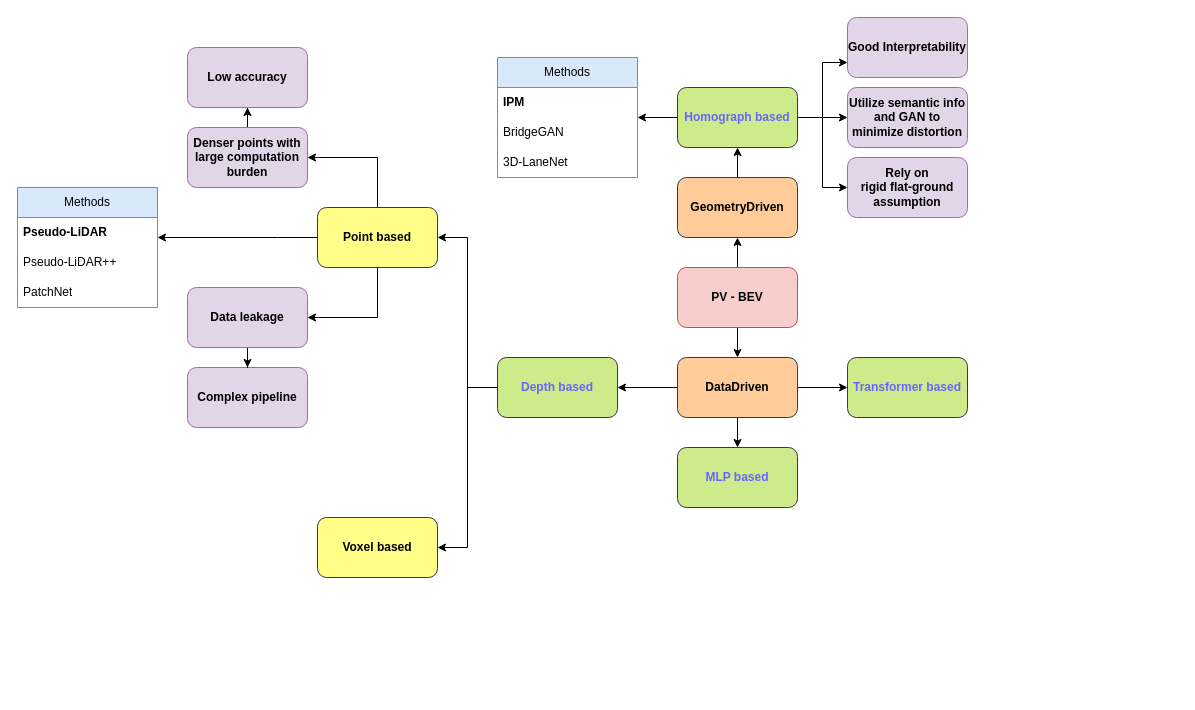
This is 20240929/BEV Survey.drawio from Gorgeousful/WeeklySummary, a draw.io file, before an edit. Source tidied: cells renumbered, new cells numbered last; positions are measured from the earlier drawing's top-left corner, leaving out a move shared by most shapes. Both pictures are drawn from the tidied source at 100%, with x=0, y=0 at pixel (17, 17).
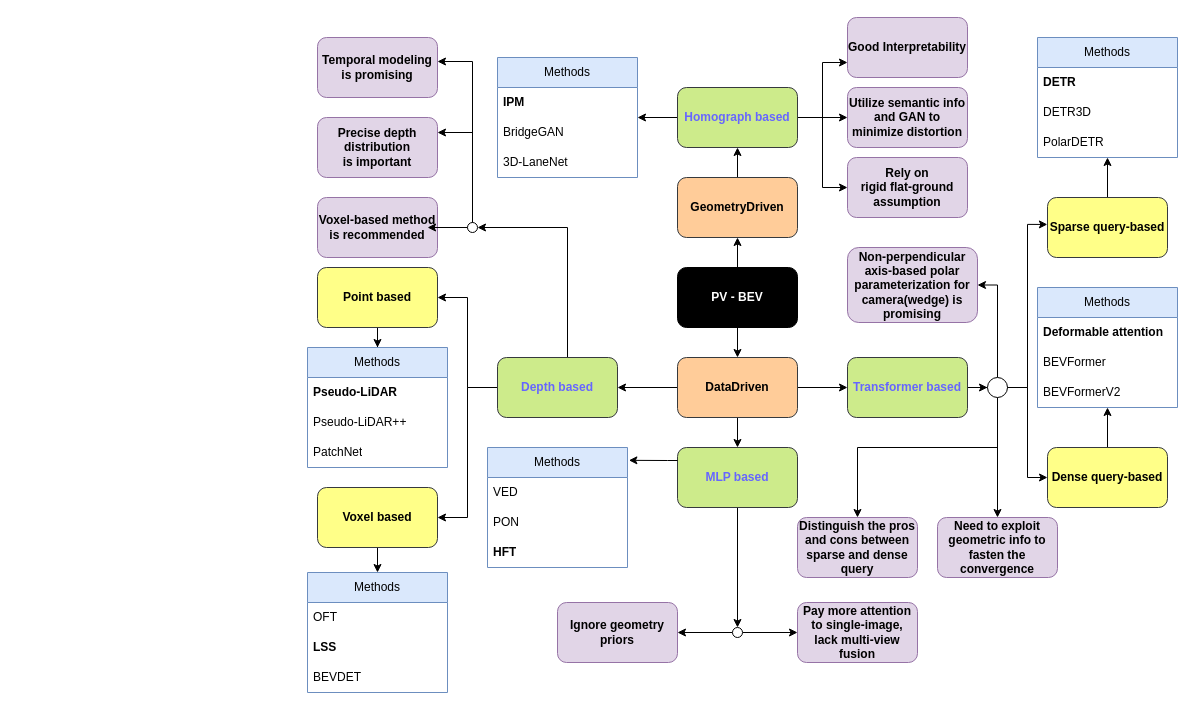
The same page after the edit.

Commit message (it also covers changes not shown here):
Add PV2BEV survey in 20240929

The change refers to these unchanged cells:
```xml
<mxCell id="18" value="&lt;b&gt;&lt;font color=&quot;#6666ff&quot;&gt;Depth based&lt;/font&gt;&lt;/b&gt;" style="rounded=1;whiteSpace=wrap;html=1;labelBackgroundColor=none;fillColor=#cdeb8b;strokeColor=#36393d;" parent="1" vertex="1">
  <mxGeometry x="480" y="340" width="120" height="60" as="geometry" />
</mxCell>
<mxCell id="19" value="&lt;b&gt;&lt;font color=&quot;#6666ff&quot;&gt;MLP based&lt;/font&gt;&lt;/b&gt;" style="rounded=1;whiteSpace=wrap;html=1;labelBackgroundColor=none;fillColor=#cdeb8b;strokeColor=#36393d;" parent="1" vertex="1">
  <mxGeometry x="660" y="430" width="120" height="60" as="geometry" />
</mxCell>
<mxCell id="20" value="&lt;b&gt;&lt;font color=&quot;#6666ff&quot;&gt;Transformer based&lt;/font&gt;&lt;/b&gt;" style="rounded=1;whiteSpace=wrap;html=1;labelBackgroundColor=none;fillColor=#cdeb8b;strokeColor=#36393d;" parent="1" vertex="1">
  <mxGeometry x="830" y="340" width="120" height="60" as="geometry" />
</mxCell>
<mxCell id="34" value="Pseudo-LiDAR" style="text;strokeColor=none;fillColor=none;align=left;verticalAlign=middle;spacingLeft=4;spacingRight=4;overflow=hidden;points=[[0,0.5],[1,0.5]];portConstraint=eastwest;whiteSpace=wrap;html=1;fontStyle=1;" parent="33" vertex="1">
  <mxGeometry y="30" width="140" height="30" as="geometry" />
</mxCell>
```

Change to the diagram source:
```diff
@@
-    <mxCell id="4" value="&lt;b&gt;PV - BEV&lt;/b&gt;" style="rounded=1;whiteSpace=wrap;html=1;labelBackgroundColor=none;fillColor=#f8cecc;strokeColor=#b85450;" parent="1" vertex="1">
+    <mxCell id="4" value="&lt;b&gt;PV - BEV&lt;/b&gt;" style="rounded=1;whiteSpace=wrap;html=1;labelBackgroundColor=none;fillColor=#000000;fontColor=#FFFFFF;" parent="1" vertex="1">
       <mxGeometry x="660" y="250" width="120" height="60" as="geometry" />
     </mxCell>
@@
+    <mxCell id="43" style="edgeStyle=orthogonalEdgeStyle;rounded=0;jettySize=auto;html=1;entryX=1;entryY=0.5;entryDx=0;entryDy=0;" parent="1" edge="1" source="18" target="56">
+      <mxGeometry relative="1" as="geometry">
+        <Array as="points">
+          <mxPoint x="550" y="210" />
+        </Array>
+      </mxGeometry>
+    </mxCell>
@@
+    <mxCell id="44" style="edgeStyle=orthogonalEdgeStyle;rounded=0;jettySize=auto;html=1;entryX=0.5;entryY=0;entryDx=0;entryDy=0;" parent="1" edge="1" source="19" target="66">
+      <mxGeometry relative="1" as="geometry" />
+    </mxCell>
@@
+    <mxCell id="45" style="edgeStyle=orthogonalEdgeStyle;rounded=0;jettySize=auto;html=1;" parent="1" edge="1" source="20" target="86">
+      <mxGeometry relative="1" as="geometry" />
+    </mxCell>
@@
-    <mxCell id="28" style="edgeStyle=orthogonalEdgeStyle;rounded=0;jettySize=auto;html=1;" parent="1" edge="1" source="31" target="34">
-      <mxGeometry relative="1" as="geometry">
-        <Array as="points">
-          <mxPoint x="260" y="220" />
-          <mxPoint x="260" y="220" />
-        </Array>
-      </mxGeometry>
-    </mxCell>
-    <mxCell id="29" style="edgeStyle=orthogonalEdgeStyle;rounded=0;jettySize=auto;html=1;entryX=1;entryY=0.5;entryDx=0;entryDy=0;" parent="1" edge="1" source="31" target="39">
-      <mxGeometry relative="1" as="geometry">
-        <Array as="points">
-          <mxPoint x="360" y="140" />
-          <mxPoint x="300" y="140" />
-        </Array>
-      </mxGeometry>
-    </mxCell>
-    <mxCell id="30" style="edgeStyle=orthogonalEdgeStyle;rounded=0;jettySize=auto;html=1;entryX=1;entryY=0.5;entryDx=0;entryDy=0;" parent="1" edge="1" source="31" target="41">
-      <mxGeometry relative="1" as="geometry">
-        <Array as="points">
-          <mxPoint x="360" y="300" />
-        </Array>
-      </mxGeometry>
-    </mxCell>
+    <mxCell id="46" style="edgeStyle=orthogonalEdgeStyle;rounded=0;jettySize=auto;html=1;entryX=0.5;entryY=0;entryDx=0;entryDy=0;" parent="1" edge="1" source="31" target="33">
+      <mxGeometry relative="1" as="geometry" />
+    </mxCell>
     <mxCell id="31" value="Point based" style="rounded=1;whiteSpace=wrap;html=1;fillColor=#ffff88;strokeColor=#36393d;fontStyle=1;" parent="1" vertex="1">
-      <mxGeometry x="300" y="190" width="120" height="60" as="geometry" />
+      <mxGeometry x="300" y="250" width="120" height="60" as="geometry" />
     </mxCell>
+    <mxCell id="47" style="edgeStyle=orthogonalEdgeStyle;rounded=0;jettySize=auto;html=1;entryX=0.5;entryY=0;entryDx=0;entryDy=0;" parent="1" edge="1" source="32" target="48">
+      <mxGeometry relative="1" as="geometry" />
+    </mxCell>
     <mxCell id="32" value="Voxel based" style="rounded=1;whiteSpace=wrap;html=1;fillColor=#ffff88;strokeColor=#36393d;fontStyle=1;" parent="1" vertex="1">
-      <mxGeometry x="300" y="500" width="120" height="60" as="geometry" />
+      <mxGeometry x="300" y="470" width="120" height="60" as="geometry" />
     </mxCell>
     <mxCell id="33" value="Methods" style="swimlane;fontStyle=0;horizontal=1;startSize=30;whiteSpace=wrap;html=1;fillColor=#dae8fc;strokeColor=#6c8ebf;" parent="1" vertex="1">
-      <mxGeometry y="170" width="140" height="120" as="geometry" />
+      <mxGeometry x="290" y="330" width="140" height="120" as="geometry" />
     </mxCell>
@@
-    <mxCell id="37" value="&lt;b&gt;Complex pipeline&lt;/b&gt;" style="rounded=1;whiteSpace=wrap;html=1;labelBackgroundColor=none;fillColor=#e1d5e7;strokeColor=#9673a6;" parent="1" vertex="1">
-      <mxGeometry x="170" y="350" width="120" height="60" as="geometry" />
-    </mxCell>
-    <mxCell id="38" style="edgeStyle=orthogonalEdgeStyle;rounded=0;jettySize=auto;html=1;" parent="1" edge="1" source="39" target="42">
-      <mxGeometry relative="1" as="geometry" />
-    </mxCell>
-    <mxCell id="39" value="&lt;b&gt;Denser points with large computation burden&lt;/b&gt;" style="rounded=1;whiteSpace=wrap;html=1;labelBackgroundColor=none;fillColor=#e1d5e7;strokeColor=#9673a6;" parent="1" vertex="1">
-      <mxGeometry x="170" y="110" width="120" height="60" as="geometry" />
-    </mxCell>
-    <mxCell id="40" style="edgeStyle=orthogonalEdgeStyle;rounded=0;jettySize=auto;html=1;" parent="1" edge="1" source="41" target="37">
-      <mxGeometry relative="1" as="geometry" />
-    </mxCell>
-    <mxCell id="41" value="&lt;b&gt;Data leakage&lt;/b&gt;" style="rounded=1;whiteSpace=wrap;html=1;labelBackgroundColor=none;fillColor=#e1d5e7;strokeColor=#9673a6;" parent="1" vertex="1">
-      <mxGeometry x="170" y="270" width="120" height="60" as="geometry" />
-    </mxCell>
-    <mxCell id="42" value="&lt;b&gt;Low accuracy&lt;/b&gt;" style="rounded=1;whiteSpace=wrap;html=1;labelBackgroundColor=none;fillColor=#e1d5e7;strokeColor=#9673a6;" parent="1" vertex="1">
-      <mxGeometry x="170" y="30" width="120" height="60" as="geometry" />
-    </mxCell>
+    <mxCell id="48" value="Methods" style="swimlane;fontStyle=0;horizontal=1;startSize=30;whiteSpace=wrap;html=1;fillColor=#dae8fc;strokeColor=#6c8ebf;" parent="1" vertex="1">
+      <mxGeometry x="290" y="555" width="140" height="120" as="geometry" />
+    </mxCell>
+    <mxCell id="49" value="OFT" style="text;strokeColor=none;fillColor=none;align=left;verticalAlign=middle;spacingLeft=4;spacingRight=4;overflow=hidden;whiteSpace=wrap;html=1;fontStyle=0;" parent="48" vertex="1">
+      <mxGeometry y="30" width="140" height="30" as="geometry" />
+    </mxCell>
+    <mxCell id="50" value="LSS" style="text;strokeColor=none;fillColor=none;align=left;verticalAlign=middle;spacingLeft=4;spacingRight=4;overflow=hidden;whiteSpace=wrap;html=1;fontStyle=1;" parent="48" vertex="1">
+      <mxGeometry y="60" width="140" height="30" as="geometry" />
+    </mxCell>
+    <mxCell id="51" value="BEVDET" style="text;strokeColor=none;fillColor=none;align=left;verticalAlign=middle;spacingLeft=4;spacingRight=4;overflow=hidden;whiteSpace=wrap;html=1;" parent="48" vertex="1">
+      <mxGeometry y="90" width="140" height="30" as="geometry" />
+    </mxCell>
+    <mxCell id="52" value="&lt;b&gt;Voxel-based method is recommended&lt;/b&gt;" style="rounded=1;whiteSpace=wrap;html=1;labelBackgroundColor=none;fillColor=#e1d5e7;strokeColor=#9673a6;" parent="1" vertex="1">
+      <mxGeometry x="300" y="180" width="120" height="60" as="geometry" />
+    </mxCell>
+    <mxCell id="53" value="&lt;b&gt;Precise depth distribution&lt;br&gt;is important&lt;/b&gt;" style="rounded=1;whiteSpace=wrap;html=1;labelBackgroundColor=none;fillColor=#e1d5e7;strokeColor=#9673a6;" parent="1" vertex="1">
+      <mxGeometry x="300" y="100" width="120" height="60" as="geometry" />
+    </mxCell>
+    <mxCell id="54" value="&lt;b&gt;Temporal modeling&lt;br&gt;is promising&lt;/b&gt;" style="rounded=1;whiteSpace=wrap;html=1;labelBackgroundColor=none;fillColor=#e1d5e7;strokeColor=#9673a6;" parent="1" vertex="1">
+      <mxGeometry x="300" y="20" width="120" height="60" as="geometry" />
+    </mxCell>
+    <mxCell id="55" style="edgeStyle=orthogonalEdgeStyle;rounded=0;jettySize=auto;html=1;entryX=1;entryY=0.25;entryDx=0;entryDy=0;" parent="1" edge="1" source="56" target="53">
+      <mxGeometry relative="1" as="geometry">
+        <Array as="points">
+          <mxPoint x="455" y="115" />
+        </Array>
+      </mxGeometry>
+    </mxCell>
+    <mxCell id="56" style="ellipse;whiteSpace=wrap;html=1;" parent="1" vertex="1">
+      <mxGeometry x="450" y="205" width="10" height="10" as="geometry" />
+    </mxCell>
+    <mxCell id="57" style="edgeStyle=orthogonalEdgeStyle;rounded=0;jettySize=auto;html=1;entryX=0.917;entryY=0.5;entryDx=0;entryDy=0;entryPerimeter=0;" parent="1" edge="1" source="56" target="52">
+      <mxGeometry relative="1" as="geometry" />
+    </mxCell>
+    <mxCell id="58" style="edgeStyle=orthogonalEdgeStyle;rounded=0;jettySize=auto;html=1;entryX=1;entryY=0.4;entryDx=0;entryDy=0;entryPerimeter=0;" parent="1" edge="1" source="56" target="54">
+      <mxGeometry relative="1" as="geometry">
+        <Array as="points">
+          <mxPoint x="455" y="44" />
+        </Array>
+      </mxGeometry>
+    </mxCell>
+    <mxCell id="59" value="Methods" style="swimlane;fontStyle=0;horizontal=1;startSize=30;whiteSpace=wrap;html=1;fillColor=#dae8fc;strokeColor=#6c8ebf;" parent="1" vertex="1">
+      <mxGeometry x="470" y="430" width="140" height="120" as="geometry" />
+    </mxCell>
+    <mxCell id="60" value="&lt;span style=&quot;font-weight: normal;&quot;&gt;VED&lt;/span&gt;" style="text;strokeColor=none;fillColor=none;align=left;verticalAlign=middle;spacingLeft=4;spacingRight=4;overflow=hidden;whiteSpace=wrap;html=1;fontStyle=1;" parent="59" vertex="1">
+      <mxGeometry y="30" width="140" height="30" as="geometry" />
+    </mxCell>
+    <mxCell id="61" value="PON" style="text;strokeColor=none;fillColor=none;align=left;verticalAlign=middle;spacingLeft=4;spacingRight=4;overflow=hidden;whiteSpace=wrap;html=1;" parent="59" vertex="1">
+      <mxGeometry y="60" width="140" height="30" as="geometry" />
+    </mxCell>
+    <mxCell id="62" value="&lt;b&gt;HFT&lt;/b&gt;" style="text;strokeColor=none;fillColor=none;align=left;verticalAlign=middle;spacingLeft=4;spacingRight=4;overflow=hidden;whiteSpace=wrap;html=1;" parent="59" vertex="1">
+      <mxGeometry y="90" width="140" height="30" as="geometry" />
+    </mxCell>
+    <mxCell id="63" style="edgeStyle=orthogonalEdgeStyle;rounded=0;jettySize=auto;html=1;entryX=1.01;entryY=0.107;entryDx=0;entryDy=0;entryPerimeter=0;" parent="1" edge="1" source="19" target="59">
+      <mxGeometry relative="1" as="geometry">
+        <Array as="points">
+          <mxPoint x="650" y="443" />
+          <mxPoint x="650" y="443" />
+        </Array>
+      </mxGeometry>
+    </mxCell>
+    <mxCell id="64" style="edgeStyle=orthogonalEdgeStyle;rounded=0;jettySize=auto;html=1;entryX=1;entryY=0.5;entryDx=0;entryDy=0;" parent="1" edge="1" source="66" target="67">
+      <mxGeometry relative="1" as="geometry" />
+    </mxCell>
+    <mxCell id="65" style="edgeStyle=orthogonalEdgeStyle;rounded=0;jettySize=auto;html=1;entryX=0;entryY=0.5;entryDx=0;entryDy=0;" parent="1" edge="1" source="66" target="68">
+      <mxGeometry relative="1" as="geometry" />
+    </mxCell>
+    <mxCell id="66" style="ellipse;whiteSpace=wrap;html=1;" parent="1" vertex="1">
+      <mxGeometry x="715" y="610" width="10" height="10" as="geometry" />
+    </mxCell>
+    <mxCell id="67" value="&lt;b&gt;Ignore geometry priors&lt;/b&gt;" style="rounded=1;whiteSpace=wrap;html=1;labelBackgroundColor=none;fillColor=#e1d5e7;strokeColor=#9673a6;" parent="1" vertex="1">
+      <mxGeometry x="540" y="585" width="120" height="60" as="geometry" />
+    </mxCell>
+    <mxCell id="68" value="&lt;b&gt;Pay more attention to single-image,&lt;br&gt;lack multi-view fusion&lt;/b&gt;" style="rounded=1;whiteSpace=wrap;html=1;labelBackgroundColor=none;fillColor=#e1d5e7;strokeColor=#9673a6;" parent="1" vertex="1">
+      <mxGeometry x="780" y="585" width="120" height="60" as="geometry" />
+    </mxCell>
+    <mxCell id="69" style="edgeStyle=orthogonalEdgeStyle;rounded=0;jettySize=auto;html=1;entryX=0.5;entryY=1;entryDx=0;entryDy=0;" parent="1" edge="1" source="70" target="73">
+      <mxGeometry relative="1" as="geometry" />
+    </mxCell>
+    <mxCell id="70" value="Sparse query-based" style="rounded=1;whiteSpace=wrap;html=1;fillColor=#ffff88;strokeColor=#36393d;fontStyle=1;" parent="1" vertex="1">
+      <mxGeometry x="1030" y="180" width="120" height="60" as="geometry" />
+    </mxCell>
+    <mxCell id="71" style="edgeStyle=orthogonalEdgeStyle;rounded=0;jettySize=auto;html=1;entryX=0.5;entryY=1;entryDx=0;entryDy=0;" parent="1" edge="1" source="72" target="77">
+      <mxGeometry relative="1" as="geometry" />
+    </mxCell>
+    <mxCell id="72" value="Dense query-based" style="rounded=1;whiteSpace=wrap;html=1;fillColor=#ffff88;strokeColor=#36393d;fontStyle=1;" parent="1" vertex="1">
+      <mxGeometry x="1030" y="430" width="120" height="60" as="geometry" />
+    </mxCell>
+    <mxCell id="73" value="Methods" style="swimlane;fontStyle=0;horizontal=1;startSize=30;whiteSpace=wrap;html=1;fillColor=#dae8fc;strokeColor=#6c8ebf;" parent="1" vertex="1">
+      <mxGeometry x="1020" y="20" width="140" height="120" as="geometry" />
+    </mxCell>
+    <mxCell id="74" value="&lt;span style=&quot;&quot;&gt;&lt;b&gt;DETR&lt;/b&gt;&lt;/span&gt;" style="text;strokeColor=none;fillColor=none;align=left;verticalAlign=middle;spacingLeft=4;spacingRight=4;overflow=hidden;whiteSpace=wrap;html=1;fontStyle=0;" parent="73" vertex="1">
+      <mxGeometry y="30" width="140" height="30" as="geometry" />
+    </mxCell>
+    <mxCell id="75" value="DETR3D" style="text;strokeColor=none;fillColor=none;align=left;verticalAlign=middle;spacingLeft=4;spacingRight=4;overflow=hidden;whiteSpace=wrap;html=1;" parent="73" vertex="1">
+      <mxGeometry y="60" width="140" height="30" as="geometry" />
+    </mxCell>
+    <mxCell id="76" value="PolarDETR" style="text;strokeColor=none;fillColor=none;align=left;verticalAlign=middle;spacingLeft=4;spacingRight=4;overflow=hidden;whiteSpace=wrap;html=1;" parent="73" vertex="1">
+      <mxGeometry y="90" width="140" height="30" as="geometry" />
+    </mxCell>
+    <mxCell id="77" value="Methods" style="swimlane;fontStyle=0;horizontal=1;startSize=30;whiteSpace=wrap;html=1;fillColor=#dae8fc;strokeColor=#6c8ebf;" parent="1" vertex="1">
+      <mxGeometry x="1020" y="270" width="140" height="120" as="geometry" />
+    </mxCell>
+    <mxCell id="78" value="&lt;b&gt;Deformable attention&lt;/b&gt;" style="text;strokeColor=none;fillColor=none;align=left;verticalAlign=middle;spacingLeft=4;spacingRight=4;overflow=hidden;whiteSpace=wrap;html=1;fontStyle=0;" parent="77" vertex="1">
+      <mxGeometry y="30" width="140" height="30" as="geometry" />
+    </mxCell>
+    <mxCell id="79" value="BEVFormer" style="text;strokeColor=none;fillColor=none;align=left;verticalAlign=middle;spacingLeft=4;spacingRight=4;overflow=hidden;whiteSpace=wrap;html=1;" parent="77" vertex="1">
+      <mxGeometry y="60" width="140" height="30" as="geometry" />
+    </mxCell>
+    <mxCell id="80" value="BEVFormerV2" style="text;strokeColor=none;fillColor=none;align=left;verticalAlign=middle;spacingLeft=4;spacingRight=4;overflow=hidden;whiteSpace=wrap;html=1;" parent="77" vertex="1">
+      <mxGeometry y="90" width="140" height="30" as="geometry" />
+    </mxCell>
+    <mxCell id="81" value="&lt;b&gt;Need to exploit geometric info to fasten the convergence&lt;/b&gt;" style="rounded=1;whiteSpace=wrap;html=1;labelBackgroundColor=none;fillColor=#e1d5e7;strokeColor=#9673a6;" parent="1" vertex="1">
+      <mxGeometry x="920" y="500" width="120" height="60" as="geometry" />
+    </mxCell>
+    <mxCell id="82" style="edgeStyle=orthogonalEdgeStyle;rounded=0;jettySize=auto;html=1;entryX=0;entryY=0.5;entryDx=0;entryDy=0;" parent="1" edge="1" source="86" target="72">
+      <mxGeometry relative="1" as="geometry" />
+    </mxCell>
+    <mxCell id="83" style="edgeStyle=orthogonalEdgeStyle;rounded=0;jettySize=auto;html=1;entryX=0.5;entryY=0;entryDx=0;entryDy=0;" parent="1" edge="1" source="86" target="81">
+      <mxGeometry relative="1" as="geometry" />
+    </mxCell>
+    <mxCell id="84" style="edgeStyle=orthogonalEdgeStyle;rounded=0;jettySize=auto;html=1;entryX=0.5;entryY=0;entryDx=0;entryDy=0;" parent="1" edge="1" source="86" target="88">
+      <mxGeometry relative="1" as="geometry">
+        <Array as="points">
+          <mxPoint x="980" y="430" />
+          <mxPoint x="840" y="430" />
+        </Array>
+      </mxGeometry>
+    </mxCell>
+    <mxCell id="85" style="edgeStyle=orthogonalEdgeStyle;rounded=0;jettySize=auto;html=1;entryX=1;entryY=0.5;entryDx=0;entryDy=0;" parent="1" edge="1" source="86" target="89">
+      <mxGeometry relative="1" as="geometry">
+        <Array as="points">
+          <mxPoint x="980" y="268" />
+        </Array>
+      </mxGeometry>
+    </mxCell>
+    <mxCell id="86" style="ellipse;whiteSpace=wrap;html=1;" parent="1" vertex="1">
+      <mxGeometry x="970" y="360" width="20" height="20" as="geometry" />
+    </mxCell>
+    <mxCell id="87" style="edgeStyle=orthogonalEdgeStyle;rounded=0;jettySize=auto;html=1;entryX=-0.001;entryY=0.449;entryDx=0;entryDy=0;entryPerimeter=0;" parent="1" edge="1" source="86" target="70">
+      <mxGeometry relative="1" as="geometry" />
+    </mxCell>
+    <mxCell id="88" value="&lt;b&gt;Distinguish the pros and cons between sparse and dense query&lt;/b&gt;" style="rounded=1;whiteSpace=wrap;html=1;labelBackgroundColor=none;fillColor=#e1d5e7;strokeColor=#9673a6;" parent="1" vertex="1">
+      <mxGeometry x="780" y="500" width="120" height="60" as="geometry" />
+    </mxCell>
+    <mxCell id="89" value="&lt;b&gt;Non-perpendicular axis-based polar parameterization for camera(wedge) is promising&lt;/b&gt;" style="rounded=1;whiteSpace=wrap;html=1;labelBackgroundColor=none;fillColor=#e1d5e7;strokeColor=#9673a6;" parent="1" vertex="1">
+      <mxGeometry x="830" y="230" width="130" height="75" as="geometry" />
+    </mxCell>
```
